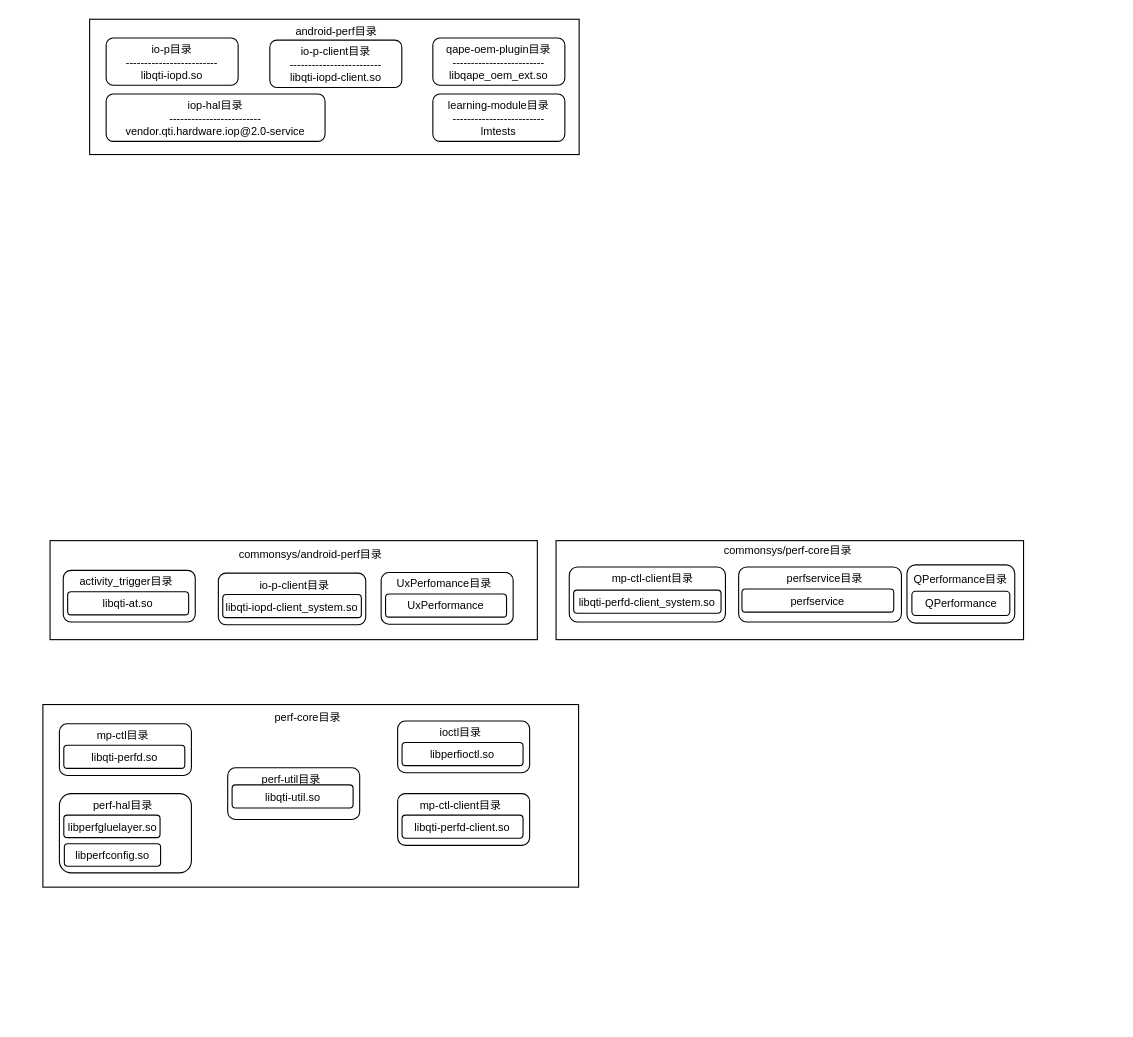
Before: qcom.drawio in jasonactions/graph, a draw.io diagram. Source tidied: cells renumbered, new cells numbered last; positions are measured from the earlier drawing's top-left corner, leaving out a move shared by most shapes. Both pictures are drawn from the tidied source at 110%, with x=0, y=0 at pixel (43, 19).
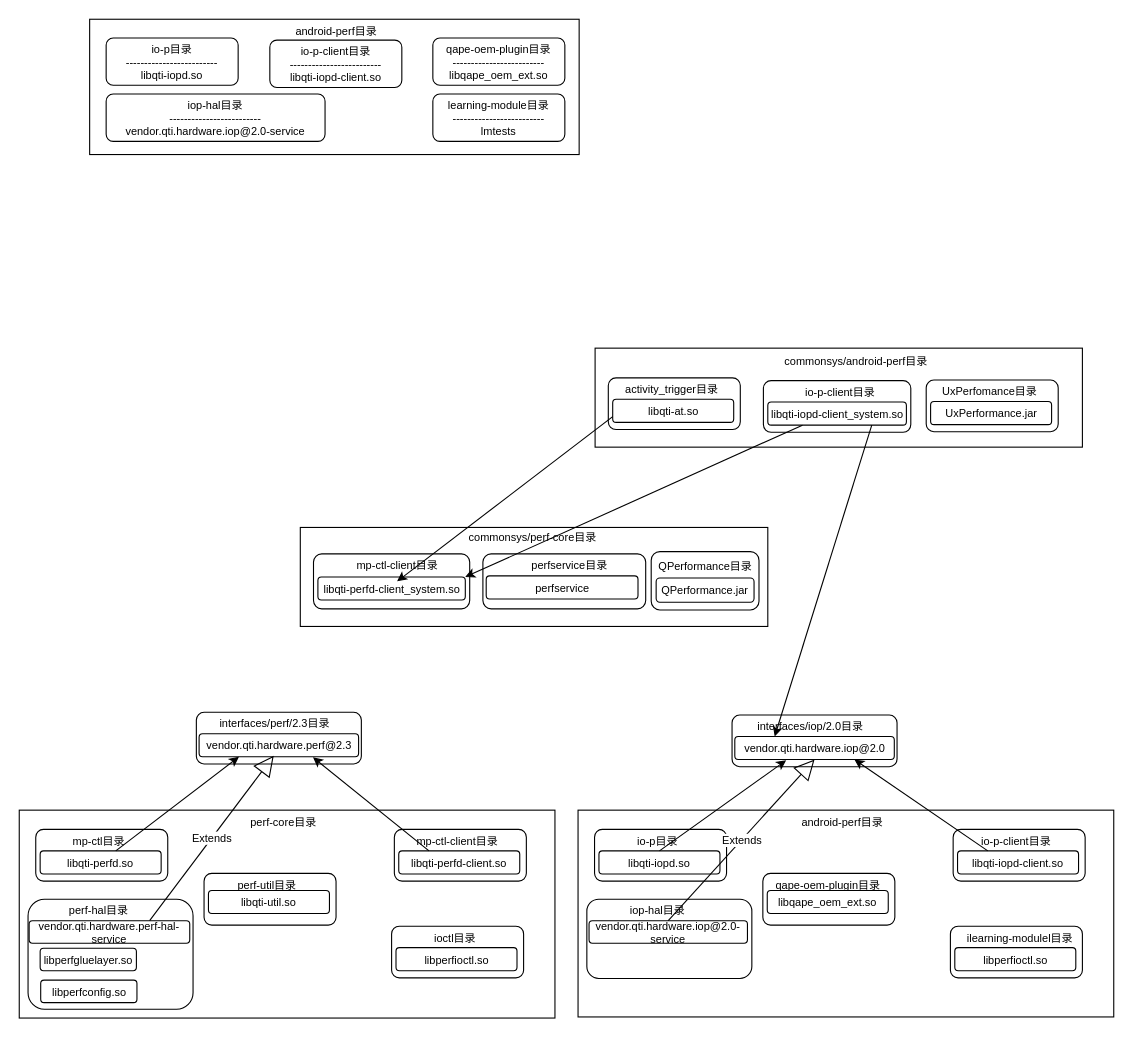
The same page after the edit.

The edit, as a diff of the source:
```diff
@@
     <mxCell id="2" style="rounded=0;whiteSpace=wrap;html=1;fontSize=10;" parent="1" vertex="1">
-      <mxGeometry x="466" y="474" width="425" height="90" as="geometry" />
+      <mxGeometry x="233.5" y="462" width="425" height="90" as="geometry" />
     </mxCell>
     <mxCell id="3" style="rounded=0;whiteSpace=wrap;html=1;fontSize=10;" parent="1" vertex="1">
-      <mxGeometry x="6" y="474" width="443" height="90" as="geometry" />
+      <mxGeometry x="501.5" y="299" width="443" height="90" as="geometry" />
     </mxCell>
@@
     <mxCell id="5" style="rounded=0;whiteSpace=wrap;html=1;fontSize=10;" parent="1" vertex="1">
-      <mxGeometry x="-0.5" y="623" width="487" height="166" as="geometry" />
+      <mxGeometry x="-22" y="719" width="487" height="189" as="geometry" />
     </mxCell>
     <mxCell id="6" value="perf-core目录" style="text;html=1;strokeColor=none;fillColor=none;align=center;verticalAlign=middle;whiteSpace=wrap;rounded=0;fontSize=10;" parent="1" vertex="1">
-      <mxGeometry x="201.5" y="619" width="77" height="30" as="geometry" />
+      <mxGeometry x="180" y="715" width="77" height="30" as="geometry" />
     </mxCell>
@@
     <mxCell id="13" style="rounded=1;whiteSpace=wrap;html=1;fontSize=10;" parent="1" vertex="1">
-      <mxGeometry x="18" y="501" width="120" height="47" as="geometry" />
+      <mxGeometry x="513.5" y="326" width="120" height="47" as="geometry" />
     </mxCell>
     <mxCell id="14" value="commonsys/android-perf目录" style="text;html=1;strokeColor=none;fillColor=none;align=center;verticalAlign=middle;whiteSpace=wrap;rounded=0;fontSize=10;" parent="1" vertex="1">
-      <mxGeometry x="159" y="471" width="168" height="30" as="geometry" />
+      <mxGeometry x="654.5" y="296" width="168" height="30" as="geometry" />
     </mxCell>
     <mxCell id="15" value="&lt;div style=&quot;font-size: 10px;&quot;&gt;&lt;br style=&quot;font-size: 10px;&quot;&gt;&lt;/div&gt;" style="rounded=1;whiteSpace=wrap;html=1;fontSize=10;" parent="1" vertex="1">
-      <mxGeometry x="478" y="498" width="142" height="50" as="geometry" />
+      <mxGeometry x="245.5" y="486" width="142" height="50" as="geometry" />
     </mxCell>
     <mxCell id="16" style="rounded=1;whiteSpace=wrap;html=1;fontSize=10;" parent="1" vertex="1">
-      <mxGeometry x="632" y="498" width="148" height="50" as="geometry" />
+      <mxGeometry x="399.5" y="486" width="148" height="50" as="geometry" />
     </mxCell>
     <mxCell id="17" style="rounded=1;whiteSpace=wrap;html=1;fontSize=10;" parent="1" vertex="1">
-      <mxGeometry x="785" y="496" width="98" height="53" as="geometry" />
+      <mxGeometry x="552.5" y="484" width="98" height="53" as="geometry" />
     </mxCell>
     <mxCell id="18" value="commonsys/perf-core目录" style="text;html=1;strokeColor=none;fillColor=none;align=center;verticalAlign=middle;whiteSpace=wrap;rounded=0;fontSize=10;" parent="1" vertex="1">
-      <mxGeometry x="593" y="468" width="168" height="30" as="geometry" />
+      <mxGeometry x="360.5" y="456" width="168" height="30" as="geometry" />
     </mxCell>
     <mxCell id="19" value="&lt;div style=&quot;font-size: 10px;&quot;&gt;QPerformance目录&lt;/div&gt;" style="text;html=1;strokeColor=none;fillColor=none;align=center;verticalAlign=middle;whiteSpace=wrap;rounded=0;fontSize=10;" parent="1" vertex="1">
-      <mxGeometry x="789" y="493" width="90" height="32" as="geometry" />
+      <mxGeometry x="556.5" y="481" width="90" height="32" as="geometry" />
     </mxCell>
     <mxCell id="20" value="libqti-perfd-client_system.so" style="rounded=1;whiteSpace=wrap;html=1;fontSize=10;" parent="1" vertex="1">
-      <mxGeometry x="482" y="519" width="134" height="21" as="geometry" />
+      <mxGeometry x="249.5" y="507" width="134" height="21" as="geometry" />
     </mxCell>
     <mxCell id="21" value="mp-ctl-client目录" style="text;html=1;strokeColor=none;fillColor=none;align=center;verticalAlign=middle;whiteSpace=wrap;rounded=0;fontSize=10;" parent="1" vertex="1">
-      <mxGeometry x="515" y="493" width="78" height="30" as="geometry" />
+      <mxGeometry x="282.5" y="481" width="78" height="30" as="geometry" />
     </mxCell>
     <mxCell id="22" value="perfservice目录" style="text;html=1;strokeColor=none;fillColor=none;align=center;verticalAlign=middle;whiteSpace=wrap;rounded=0;fontSize=10;" parent="1" vertex="1">
-      <mxGeometry x="673" y="493" width="74.5" height="30" as="geometry" />
+      <mxGeometry x="440.5" y="481" width="74.5" height="30" as="geometry" />
     </mxCell>
     <mxCell id="23" value="perfservice" style="rounded=1;whiteSpace=wrap;html=1;fontSize=10;" parent="1" vertex="1">
-      <mxGeometry x="635" y="518" width="138" height="21" as="geometry" />
+      <mxGeometry x="402.5" y="506" width="138" height="21" as="geometry" />
     </mxCell>
-    <mxCell id="24" value="QPerformance" style="rounded=1;whiteSpace=wrap;html=1;fontSize=10;" parent="1" vertex="1">
-      <mxGeometry x="789.5" y="520" width="89" height="22" as="geometry" />
+    <mxCell id="24" value="QPerformance.jar" style="rounded=1;whiteSpace=wrap;html=1;fontSize=10;" parent="1" vertex="1">
+      <mxGeometry x="557" y="508" width="89" height="22" as="geometry" />
     </mxCell>
     <mxCell id="25" value="&lt;div style=&quot;font-size: 10px;&quot;&gt;activity_trigger目录&lt;/div&gt;" style="text;html=1;strokeColor=none;fillColor=none;align=center;verticalAlign=middle;whiteSpace=wrap;rounded=0;fontSize=10;" parent="1" vertex="1">
-      <mxGeometry x="31" y="496" width="89" height="30" as="geometry" />
+      <mxGeometry x="526.5" y="321" width="89" height="30" as="geometry" />
     </mxCell>
     <mxCell id="26" value="libqti-at.so" style="rounded=1;whiteSpace=wrap;html=1;fontSize=10;" parent="1" vertex="1">
-      <mxGeometry x="22" y="520.5" width="110" height="21" as="geometry" />
+      <mxGeometry x="517.5" y="345.5" width="110" height="21" as="geometry" />
     </mxCell>
     <mxCell id="27" style="rounded=1;whiteSpace=wrap;html=1;fontSize=10;" parent="1" vertex="1">
-      <mxGeometry x="159" y="503.5" width="134" height="47" as="geometry" />
+      <mxGeometry x="654.5" y="328.5" width="134" height="47" as="geometry" />
     </mxCell>
     <mxCell id="28" value="&lt;div style=&quot;font-size: 10px;&quot;&gt;&lt;div style=&quot;font-size: 10px;&quot;&gt;io-p-client目录&lt;/div&gt;&lt;/div&gt;" style="text;html=1;strokeColor=none;fillColor=none;align=center;verticalAlign=middle;whiteSpace=wrap;rounded=0;fontSize=10;" parent="1" vertex="1">
-      <mxGeometry x="184" y="498.5" width="89" height="30" as="geometry" />
+      <mxGeometry x="679.5" y="323.5" width="89" height="30" as="geometry" />
     </mxCell>
     <mxCell id="29" value="libqti-iopd-client_system.so" style="rounded=1;whiteSpace=wrap;html=1;fontSize=10;" parent="1" vertex="1">
-      <mxGeometry x="163" y="523" width="126" height="21" as="geometry" />
+      <mxGeometry x="658.5" y="348" width="126" height="21" as="geometry" />
     </mxCell>
     <mxCell id="30" style="rounded=1;whiteSpace=wrap;html=1;fontSize=10;" parent="1" vertex="1">
-      <mxGeometry x="307" y="503" width="120" height="47" as="geometry" />
+      <mxGeometry x="802.5" y="328" width="120" height="47" as="geometry" />
     </mxCell>
     <mxCell id="31" value="&lt;div style=&quot;font-size: 10px;&quot;&gt;&lt;div style=&quot;font-size: 10px;&quot;&gt;UxPerfomance目录&lt;/div&gt;&lt;/div&gt;" style="text;html=1;strokeColor=none;fillColor=none;align=center;verticalAlign=middle;whiteSpace=wrap;rounded=0;fontSize=10;" parent="1" vertex="1">
-      <mxGeometry x="320" y="498" width="89" height="30" as="geometry" />
+      <mxGeometry x="815.5" y="323" width="89" height="30" as="geometry" />
     </mxCell>
-    <mxCell id="32" value="UxPerformance" style="rounded=1;whiteSpace=wrap;html=1;fontSize=10;" parent="1" vertex="1">
-      <mxGeometry x="311" y="522.5" width="110" height="21" as="geometry" />
+    <mxCell id="32" value="UxPerformance.jar" style="rounded=1;whiteSpace=wrap;html=1;fontSize=10;" parent="1" vertex="1">
+      <mxGeometry x="806.5" y="347.5" width="110" height="21" as="geometry" />
     </mxCell>
     <mxCell id="33" style="rounded=1;whiteSpace=wrap;html=1;fontSize=10;" parent="1" vertex="1">
-      <mxGeometry x="14.5" y="640.5" width="120" height="47" as="geometry" />
+      <mxGeometry x="-7" y="736.5" width="120" height="47" as="geometry" />
     </mxCell>
     <mxCell id="34" value="&lt;div style=&quot;font-size: 10px;&quot;&gt;&lt;div style=&quot;font-size: 10px;&quot;&gt;mp-ctl目录&lt;/div&gt;&lt;/div&gt;" style="text;html=1;strokeColor=none;fillColor=none;align=center;verticalAlign=middle;whiteSpace=wrap;rounded=0;fontSize=10;" parent="1" vertex="1">
-      <mxGeometry x="27.5" y="635.5" width="89" height="30" as="geometry" />
+      <mxGeometry x="6" y="731.5" width="89" height="30" as="geometry" />
     </mxCell>
     <mxCell id="35" value="&lt;div style=&quot;font-size: 10px;&quot;&gt;libqti-perfd.so&lt;/div&gt;" style="rounded=1;whiteSpace=wrap;html=1;fontSize=10;" parent="1" vertex="1">
-      <mxGeometry x="18.5" y="660" width="110" height="21" as="geometry" />
+      <mxGeometry x="-3" y="756" width="110" height="21" as="geometry" />
     </mxCell>
     <mxCell id="36" style="rounded=1;whiteSpace=wrap;html=1;fontSize=10;" parent="1" vertex="1">
-      <mxGeometry x="322" y="638" width="120" height="47" as="geometry" />
+      <mxGeometry x="316.5" y="824.5" width="120" height="47" as="geometry" />
     </mxCell>
     <mxCell id="37" value="&lt;div style=&quot;font-size: 10px;&quot;&gt;&lt;div style=&quot;font-size: 10px;&quot;&gt;ioctl目录&lt;/div&gt;&lt;/div&gt;" style="text;html=1;strokeColor=none;fillColor=none;align=center;verticalAlign=middle;whiteSpace=wrap;rounded=0;fontSize=10;" parent="1" vertex="1">
-      <mxGeometry x="335" y="633" width="89" height="30" as="geometry" />
+      <mxGeometry x="329.5" y="819.5" width="89" height="30" as="geometry" />
     </mxCell>
     <mxCell id="38" value="libperfioctl.so" style="rounded=1;whiteSpace=wrap;html=1;fontSize=10;" parent="1" vertex="1">
-      <mxGeometry x="326" y="657.5" width="110" height="21" as="geometry" />
+      <mxGeometry x="320.5" y="844" width="110" height="21" as="geometry" />
     </mxCell>
     <mxCell id="39" style="rounded=1;whiteSpace=wrap;html=1;fontSize=10;" parent="1" vertex="1">
-      <mxGeometry x="14.5" y="704" width="120" height="72" as="geometry" />
+      <mxGeometry x="-14" y="800" width="150" height="100" as="geometry" />
     </mxCell>
     <mxCell id="40" value="&lt;div style=&quot;font-size: 10px;&quot;&gt;perf-hal目录&lt;/div&gt;" style="text;html=1;strokeColor=none;fillColor=none;align=center;verticalAlign=middle;whiteSpace=wrap;rounded=0;fontSize=10;" parent="1" vertex="1">
-      <mxGeometry x="27.5" y="699" width="89" height="30" as="geometry" />
+      <mxGeometry x="6" y="795" width="89" height="30" as="geometry" />
     </mxCell>
     <mxCell id="41" value="&lt;div style=&quot;font-size: 10px;&quot;&gt;libperfgluelayer.so&lt;/div&gt;" style="rounded=1;whiteSpace=wrap;html=1;fontSize=10;" parent="1" vertex="1">
-      <mxGeometry x="18.5" y="723.5" width="87.5" height="20.5" as="geometry" />
+      <mxGeometry x="-3" y="844.5" width="87.5" height="20.5" as="geometry" />
     </mxCell>
     <mxCell id="42" style="rounded=1;whiteSpace=wrap;html=1;fontSize=10;" parent="1" vertex="1">
-      <mxGeometry x="167.5" y="680.5" width="120" height="47" as="geometry" />
+      <mxGeometry x="146" y="776.5" width="120" height="47" as="geometry" />
     </mxCell>
     <mxCell id="43" value="&lt;div style=&quot;font-size: 10px;&quot;&gt;perf-util目录&lt;/div&gt;" style="text;html=1;strokeColor=none;fillColor=none;align=center;verticalAlign=middle;whiteSpace=wrap;rounded=0;fontSize=10;" parent="1" vertex="1">
-      <mxGeometry x="180.5" y="675.5" width="89" height="30" as="geometry" />
+      <mxGeometry x="159" y="771.5" width="89" height="30" as="geometry" />
     </mxCell>
     <mxCell id="44" value="libqti-util.so" style="rounded=1;whiteSpace=wrap;html=1;fontSize=10;" parent="1" vertex="1">
-      <mxGeometry x="171.5" y="696" width="110" height="21" as="geometry" />
+      <mxGeometry x="150" y="792" width="110" height="21" as="geometry" />
     </mxCell>
     <mxCell id="45" style="rounded=1;whiteSpace=wrap;html=1;fontSize=10;" parent="1" vertex="1">
-      <mxGeometry x="322" y="704" width="120" height="47" as="geometry" />
+      <mxGeometry x="319" y="736.5" width="120" height="47" as="geometry" />
     </mxCell>
     <mxCell id="46" value="&lt;div style=&quot;font-size: 10px;&quot;&gt;mp-ctl-client目录&lt;/div&gt;" style="text;html=1;strokeColor=none;fillColor=none;align=center;verticalAlign=middle;whiteSpace=wrap;rounded=0;fontSize=10;" parent="1" vertex="1">
-      <mxGeometry x="335" y="699" width="89" height="30" as="geometry" />
+      <mxGeometry x="332" y="731.5" width="89" height="30" as="geometry" />
     </mxCell>
     <mxCell id="47" value="&lt;div style=&quot;font-size: 10px;&quot;&gt;libqti-perfd-client.so&lt;/div&gt;" style="rounded=1;whiteSpace=wrap;html=1;fontSize=10;" parent="1" vertex="1">
-      <mxGeometry x="326" y="723.5" width="110" height="21" as="geometry" />
+      <mxGeometry x="323" y="756" width="110" height="21" as="geometry" />
     </mxCell>
     <mxCell id="48" value="libperfconfig.so" style="rounded=1;whiteSpace=wrap;html=1;fontSize=10;" parent="1" vertex="1">
-      <mxGeometry x="19" y="749.5" width="87.5" height="20.5" as="geometry" />
+      <mxGeometry x="-2.5" y="873.5" width="87.5" height="20.5" as="geometry" />
     </mxCell>
+    <mxCell id="49" style="rounded=1;whiteSpace=wrap;html=1;fontSize=10;" parent="1" vertex="1">
+      <mxGeometry x="139" y="630" width="150" height="47" as="geometry" />
+    </mxCell>
+    <mxCell id="50" value="&lt;div style=&quot;font-size: 10px;&quot;&gt;interfaces/perf/2.3目录&lt;/div&gt;" style="text;html=1;strokeColor=none;fillColor=none;align=center;verticalAlign=middle;whiteSpace=wrap;rounded=0;fontSize=10;" parent="1" vertex="1">
+      <mxGeometry x="152" y="625" width="117" height="30" as="geometry" />
+    </mxCell>
+    <mxCell id="51" value="vendor.qti.hardware.perf@2.3" style="rounded=1;whiteSpace=wrap;html=1;fontSize=10;" parent="1" vertex="1">
+      <mxGeometry x="141.5" y="649.5" width="145" height="21" as="geometry" />
+    </mxCell>
+    <mxCell id="52" style="endArrow=classic;html=1;rounded=0;fontSize=10;entryX=0.25;entryY=1;entryDx=0;entryDy=0;" parent="1" edge="1" source="35" target="51">
+      <mxGeometry relative="1" as="geometry" />
+    </mxCell>
+    <mxCell id="53" style="endArrow=classic;html=1;rounded=0;fontSize=10;exitX=0.25;exitY=0;exitDx=0;exitDy=0;entryX=0.714;entryY=1.024;entryDx=0;entryDy=0;entryPerimeter=0;" parent="1" edge="1" source="47" target="51">
+      <mxGeometry relative="1" as="geometry" />
+    </mxCell>
+    <mxCell id="54" style="rounded=0;whiteSpace=wrap;html=1;fontSize=10;" parent="1" vertex="1">
+      <mxGeometry x="486" y="719" width="487" height="188" as="geometry" />
+    </mxCell>
+    <mxCell id="55" value="android-perf目录" style="text;html=1;strokeColor=none;fillColor=none;align=center;verticalAlign=middle;whiteSpace=wrap;rounded=0;fontSize=10;" parent="1" vertex="1">
+      <mxGeometry x="688" y="715" width="77" height="30" as="geometry" />
+    </mxCell>
+    <mxCell id="56" style="rounded=1;whiteSpace=wrap;html=1;fontSize=10;" parent="1" vertex="1">
+      <mxGeometry x="501" y="736.5" width="120" height="47" as="geometry" />
+    </mxCell>
+    <mxCell id="57" value="&lt;div style=&quot;font-size: 10px;&quot;&gt;&lt;div style=&quot;font-size: 10px;&quot;&gt;io-p目录&lt;/div&gt;&lt;/div&gt;" style="text;html=1;strokeColor=none;fillColor=none;align=center;verticalAlign=middle;whiteSpace=wrap;rounded=0;fontSize=10;" parent="1" vertex="1">
+      <mxGeometry x="514" y="731.5" width="89" height="30" as="geometry" />
+    </mxCell>
+    <mxCell id="58" value="libqti-iopd.so" style="rounded=1;whiteSpace=wrap;html=1;fontSize=10;" parent="1" vertex="1">
+      <mxGeometry x="505" y="756" width="110" height="21" as="geometry" />
+    </mxCell>
+    <mxCell id="59" style="rounded=1;whiteSpace=wrap;html=1;fontSize=10;" parent="1" vertex="1">
+      <mxGeometry x="824.5" y="824.5" width="120" height="47" as="geometry" />
+    </mxCell>
+    <mxCell id="60" value="&lt;div style=&quot;font-size: 10px;&quot;&gt;&lt;div style=&quot;font-size: 10px;&quot;&gt;ilearning-modulel目录&lt;/div&gt;&lt;/div&gt;" style="text;html=1;strokeColor=none;fillColor=none;align=center;verticalAlign=middle;whiteSpace=wrap;rounded=0;fontSize=10;" parent="1" vertex="1">
+      <mxGeometry x="837.5" y="819.5" width="99.5" height="30" as="geometry" />
+    </mxCell>
+    <mxCell id="61" value="libperfioctl.so" style="rounded=1;whiteSpace=wrap;html=1;fontSize=10;" parent="1" vertex="1">
+      <mxGeometry x="828.5" y="844" width="110" height="21" as="geometry" />
+    </mxCell>
+    <mxCell id="62" style="rounded=1;whiteSpace=wrap;html=1;fontSize=10;" parent="1" vertex="1">
+      <mxGeometry x="494" y="800" width="150" height="72" as="geometry" />
+    </mxCell>
+    <mxCell id="63" value="&lt;div style=&quot;font-size: 10px;&quot;&gt;iop-hal目录&lt;/div&gt;" style="text;html=1;strokeColor=none;fillColor=none;align=center;verticalAlign=middle;whiteSpace=wrap;rounded=0;fontSize=10;" parent="1" vertex="1">
+      <mxGeometry x="514" y="795" width="89" height="30" as="geometry" />
+    </mxCell>
+    <mxCell id="64" value="vendor.qti.hardware.iop@2.0-service" style="rounded=1;whiteSpace=wrap;html=1;fontSize=10;" parent="1" vertex="1">
+      <mxGeometry x="496" y="819.5" width="144" height="20.5" as="geometry" />
+    </mxCell>
+    <mxCell id="65" style="rounded=1;whiteSpace=wrap;html=1;fontSize=10;" parent="1" vertex="1">
+      <mxGeometry x="654" y="776.5" width="120" height="47" as="geometry" />
+    </mxCell>
+    <mxCell id="66" value="&lt;div style=&quot;font-size: 10px;&quot;&gt;qape-oem-plugin目录&lt;/div&gt;" style="text;html=1;strokeColor=none;fillColor=none;align=center;verticalAlign=middle;whiteSpace=wrap;rounded=0;fontSize=10;" parent="1" vertex="1">
+      <mxGeometry x="662" y="771.5" width="103" height="30" as="geometry" />
+    </mxCell>
+    <mxCell id="67" value="libqape_oem_ext.so" style="rounded=1;whiteSpace=wrap;html=1;fontSize=10;" parent="1" vertex="1">
+      <mxGeometry x="658" y="792" width="110" height="21" as="geometry" />
+    </mxCell>
+    <mxCell id="68" style="rounded=1;whiteSpace=wrap;html=1;fontSize=10;" parent="1" vertex="1">
+      <mxGeometry x="827" y="736.5" width="120" height="47" as="geometry" />
+    </mxCell>
+    <mxCell id="69" value="&lt;div style=&quot;font-size: 10px;&quot;&gt;io-p-client目录&lt;/div&gt;" style="text;html=1;strokeColor=none;fillColor=none;align=center;verticalAlign=middle;whiteSpace=wrap;rounded=0;fontSize=10;" parent="1" vertex="1">
+      <mxGeometry x="840" y="731.5" width="89" height="30" as="geometry" />
+    </mxCell>
+    <mxCell id="70" value="libqti-iopd-client.so" style="rounded=1;whiteSpace=wrap;html=1;fontSize=10;" parent="1" vertex="1">
+      <mxGeometry x="831" y="756" width="110" height="21" as="geometry" />
+    </mxCell>
+    <mxCell id="71" style="rounded=1;whiteSpace=wrap;html=1;fontSize=10;" parent="1" vertex="1">
+      <mxGeometry x="626" y="632.5" width="150" height="47" as="geometry" />
+    </mxCell>
+    <mxCell id="72" value="&lt;div style=&quot;font-size: 10px;&quot;&gt;interfaces/iop/2.0目录&lt;/div&gt;" style="text;html=1;strokeColor=none;fillColor=none;align=center;verticalAlign=middle;whiteSpace=wrap;rounded=0;fontSize=10;" parent="1" vertex="1">
+      <mxGeometry x="639" y="627.5" width="117" height="30" as="geometry" />
+    </mxCell>
+    <mxCell id="73" value="vendor.qti.hardware.iop@2.0" style="rounded=1;whiteSpace=wrap;html=1;fontSize=10;" parent="1" vertex="1">
+      <mxGeometry x="628.5" y="652" width="145" height="21" as="geometry" />
+    </mxCell>
+    <mxCell id="74" style="endArrow=classic;html=1;rounded=0;fontSize=10;exitX=0.5;exitY=0;exitDx=0;exitDy=0;entryX=0.322;entryY=1.032;entryDx=0;entryDy=0;entryPerimeter=0;" parent="1" edge="1" source="58" target="73">
+      <mxGeometry relative="1" as="geometry" />
+    </mxCell>
+    <mxCell id="75" style="endArrow=classic;html=1;rounded=0;fontSize=10;exitX=0.25;exitY=0;exitDx=0;exitDy=0;entryX=0.75;entryY=1;entryDx=0;entryDy=0;" parent="1" edge="1" source="70" target="73">
+      <mxGeometry relative="1" as="geometry" />
+    </mxCell>
+    <mxCell id="76" value="vendor.qti.hardware.perf-hal-service" style="rounded=1;whiteSpace=wrap;html=1;fontSize=10;" parent="1" vertex="1">
+      <mxGeometry x="-13" y="819.5" width="146" height="20.5" as="geometry" />
+    </mxCell>
+    <mxCell id="77" value="Extends" style="endArrow=block;endSize=16;endFill=0;html=1;rounded=0;fontSize=10;exitX=0.5;exitY=0;exitDx=0;exitDy=0;entryX=0.5;entryY=1;entryDx=0;entryDy=0;" parent="1" edge="1" source="64" target="73">
+      <mxGeometry relative="1" as="geometry" />
+    </mxCell>
+    <mxCell id="78" value="Extends" style="endArrow=block;endSize=16;endFill=0;html=1;rounded=0;fontSize=10;exitX=0.75;exitY=0;exitDx=0;exitDy=0;entryX=0.468;entryY=0.952;entryDx=0;entryDy=0;entryPerimeter=0;" parent="1" edge="1" source="76" target="51">
+      <mxGeometry relative="1" as="geometry" />
+    </mxCell>
+    <mxCell id="79" style="endArrow=classic;html=1;rounded=0;fontSize=10;exitX=0;exitY=0.75;exitDx=0;exitDy=0;entryX=0.5;entryY=1;entryDx=0;entryDy=0;" parent="1" edge="1" source="26" target="21">
+      <mxGeometry relative="1" as="geometry" />
+    </mxCell>
+    <mxCell id="80" style="endArrow=classic;html=1;rounded=0;fontSize=10;exitX=0.25;exitY=1;exitDx=0;exitDy=0;entryX=1;entryY=0;entryDx=0;entryDy=0;" parent="1" edge="1" source="29" target="20">
+      <mxGeometry relative="1" as="geometry" />
+    </mxCell>
+    <mxCell id="81" style="endArrow=classic;html=1;rounded=0;fontSize=10;exitX=0.75;exitY=1;exitDx=0;exitDy=0;entryX=0.25;entryY=0;entryDx=0;entryDy=0;" parent="1" edge="1" source="29" target="73">
+      <mxGeometry relative="1" as="geometry" />
+    </mxCell>
```
